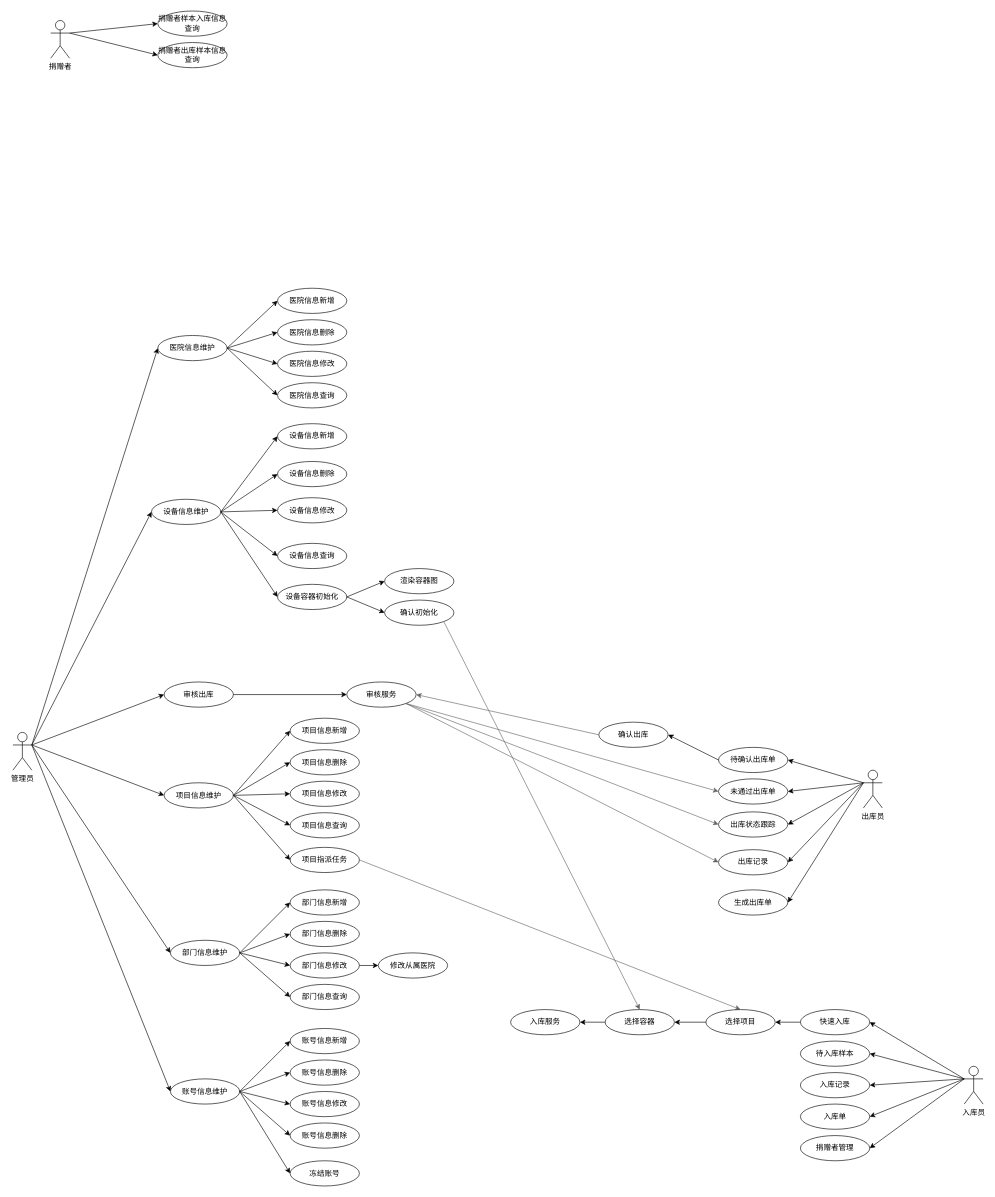
This is page "Page-3" (3 of 4) of er图.drawio from null010/Arithmetic, a draw.io file, before an edit. Source tidied: cells renumbered, new cells numbered last; positions are measured from the earlier drawing's top-left corner, leaving out a move shared by most shapes. Both pictures are drawn from the tidied source at 63%, with x=0, y=0 at pixel (13, 11).
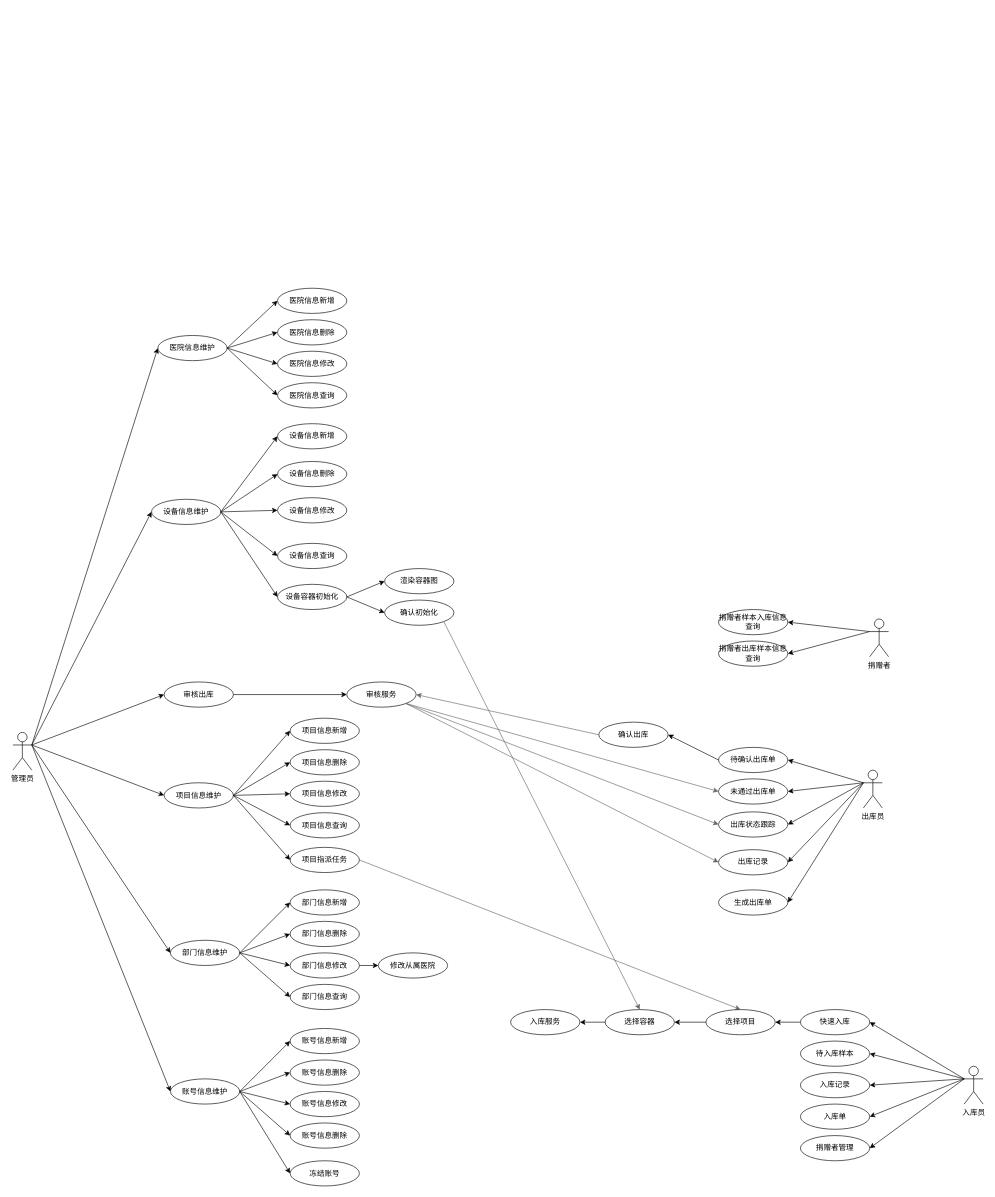
Above is the later version.

The edit, as a diff of the source:
```diff
@@
     <mxCell id="6" value="捐赠者" style="shape=umlActor;verticalLabelPosition=bottom;verticalAlign=top;html=1;outlineConnect=0;gradientColor=none;" parent="1" vertex="1">
-      <mxGeometry x="60" y="15" width="30" height="60" as="geometry" />
+      <mxGeometry x="1360" y="965" width="30" height="60" as="geometry" />
     </mxCell>
@@
     <mxCell id="72" value="捐赠者样本入库信息查询" style="ellipse;whiteSpace=wrap;html=1;gradientColor=none;verticalAlign=middle;direction=south;" parent="1" vertex="1">
-      <mxGeometry x="230" width="110" height="40" as="geometry" />
+      <mxGeometry x="1120" y="950" width="110" height="40" as="geometry" />
     </mxCell>
     <mxCell id="73" value="捐赠者出库样本信息查询" style="ellipse;whiteSpace=wrap;html=1;gradientColor=none;verticalAlign=middle;direction=south;" parent="1" vertex="1">
-      <mxGeometry x="230" y="50" width="110" height="40" as="geometry" />
+      <mxGeometry x="1120" y="1000" width="110" height="40" as="geometry" />
     </mxCell>
-    <mxCell id="74" style="endArrow=classic;html=1;exitX=1;exitY=0.3333333333333333;exitDx=0;exitDy=0;entryX=0.5;entryY=1;entryDx=0;entryDy=0;exitPerimeter=0;" parent="1" edge="1" source="6" target="72">
-      <mxGeometry relative="1" as="geometry" />
+    <mxCell id="74" style="endArrow=classic;html=1;exitX=0;exitY=0.3333333333333333;exitDx=0;exitDy=0;exitPerimeter=0;" parent="1" edge="1" source="6">
+      <mxGeometry relative="1" as="geometry">
+        <mxPoint x="1230" y="970" as="targetPoint" />
+      </mxGeometry>
     </mxCell>
-    <mxCell id="75" style="endArrow=classic;html=1;exitX=1;exitY=0.3333333333333333;exitDx=0;exitDy=0;entryX=0.5;entryY=1;entryDx=0;entryDy=0;exitPerimeter=0;" parent="1" edge="1" source="6" target="73">
+    <mxCell id="75" style="endArrow=classic;html=1;exitX=0;exitY=0.3333333333333333;exitDx=0;exitDy=0;entryX=0.5;entryY=0;entryDx=0;entryDy=0;exitPerimeter=0;" parent="1" edge="1" source="6" target="73">
       <mxGeometry relative="1" as="geometry" />
     </mxCell>
```
